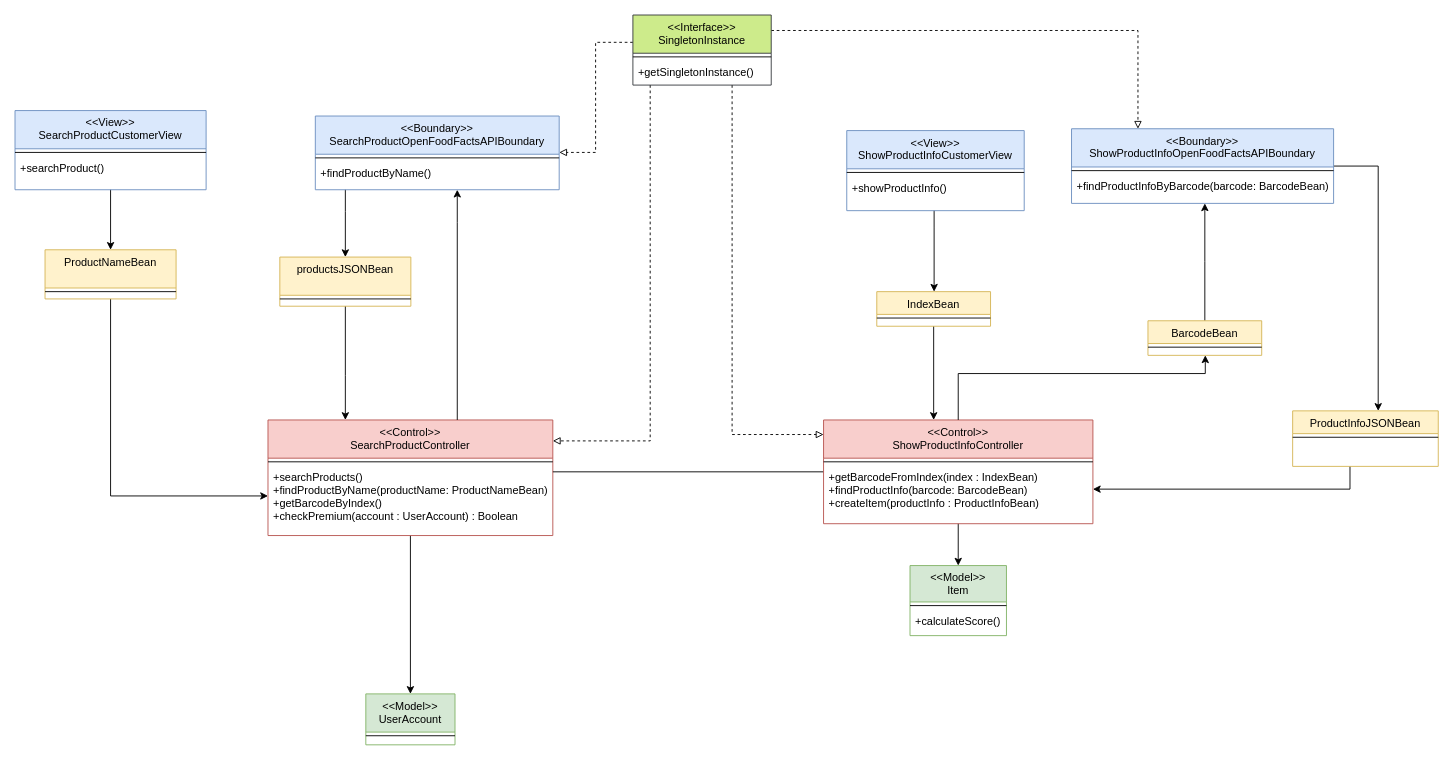
This is docx&pdf/ClassDiagram_BCE/DESIGN_SearchProduct.drawio from FredHats99/HealthyCart, a draw.io file, before an edit. Source tidied: cells renumbered, new cells numbered last; positions are measured from the earlier drawing's top-left corner, leaving out a move shared by most shapes. Both pictures are drawn from the tidied source at 91%, with x=0, y=0 at pixel (15, 15).
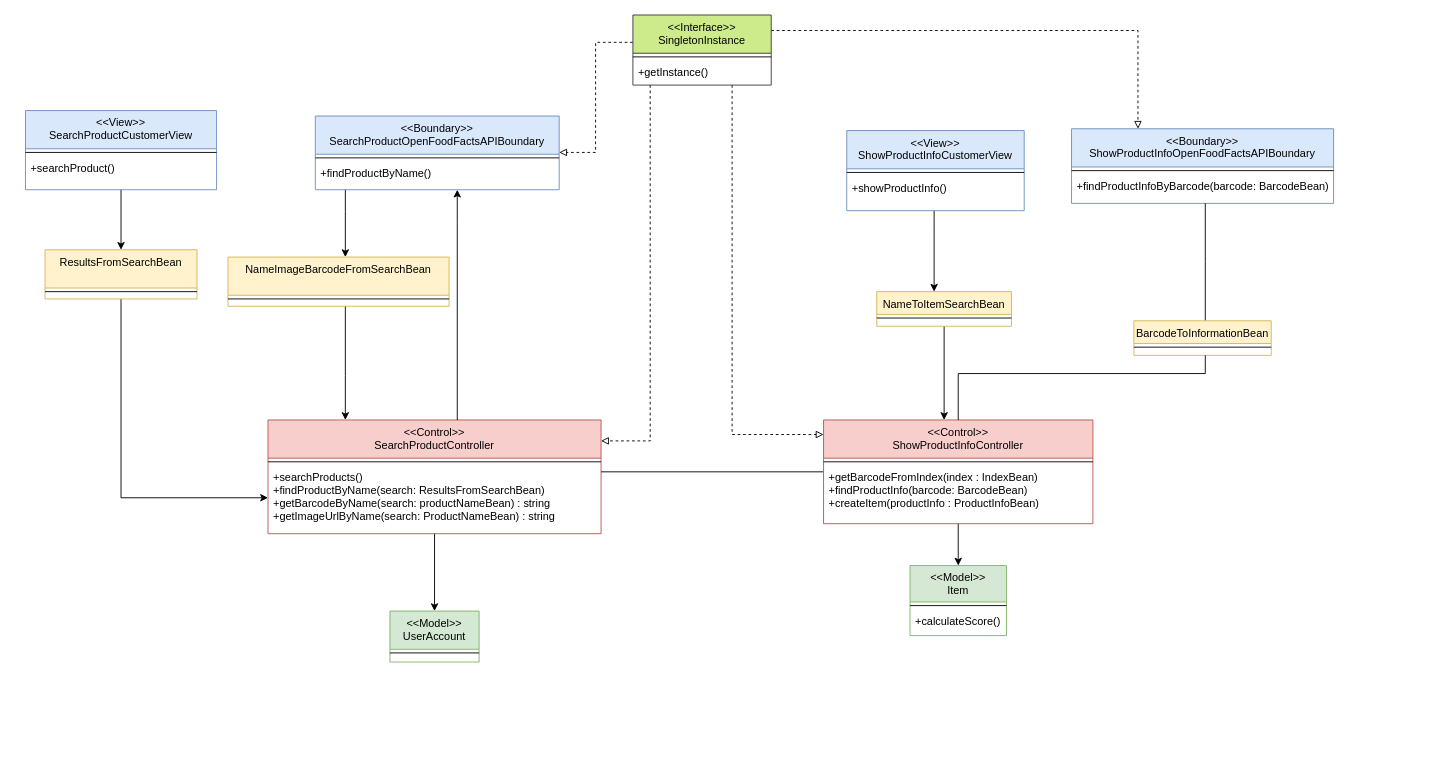
The same page after the edit.

The change refers to these unchanged cells:
```xml
<mxCell id="26" value="&lt;&lt;Control&gt;&gt;&#10;ShowProductInfoController" style="swimlane;fontStyle=0;align=center;verticalAlign=top;horizontal=1;startSize=42;rounded=0;shadow=0;strokeWidth=1;fillColor=#f8cecc;strokeColor=#b85450;" parent="1" vertex="1">
  <mxGeometry x="888.5" y="445" width="296" height="114" as="geometry" />
</mxCell>
<mxCell id="30" value="&lt;&lt;Boundary&gt;&gt;&#10;ShowProductInfoOpenFoodFactsAPIBoundary" style="swimlane;fontStyle=0;align=center;verticalAlign=top;horizontal=1;startSize=42;rounded=0;shadow=0;strokeWidth=1;fillColor=#dae8fc;strokeColor=#6c8ebf;" parent="1" vertex="1">
  <mxGeometry x="1161" y="125" width="288" height="82" as="geometry" />
</mxCell>
<mxCell id="50" value="&lt;&lt;Interface&gt;&gt;&#10;SingletonInstance" style="swimlane;fontStyle=0;align=center;verticalAlign=top;horizontal=1;startSize=42;rounded=0;shadow=0;strokeWidth=1;fillColor=#cdeb8b;strokeColor=#36393d;" parent="1" vertex="1">
  <mxGeometry x="679" width="152" height="77" as="geometry" />
</mxCell>
```

What changed in the source:
```diff
@@
     <mxCell id="2" value="&lt;&lt;Model&gt;&gt;&#10;UserAccount" style="swimlane;fontStyle=0;align=center;verticalAlign=top;horizontal=1;startSize=42;rounded=0;shadow=0;strokeWidth=1;fillColor=#d5e8d4;strokeColor=#82b366;" parent="1" vertex="1">
-      <mxGeometry x="385.5" y="746" width="98" height="56" as="geometry" />
+      <mxGeometry x="412" y="655" width="98" height="56" as="geometry" />
     </mxCell>
@@
     <mxCell id="8" value="&lt;&lt;Control&gt;&gt;&#10;SearchProductController" style="swimlane;fontStyle=0;align=center;verticalAlign=top;horizontal=1;startSize=42;rounded=0;shadow=0;strokeWidth=1;fillColor=#f8cecc;strokeColor=#b85450;" parent="1" vertex="1">
-      <mxGeometry x="278" y="445" width="313" height="127" as="geometry" />
+      <mxGeometry x="278" y="445" width="366" height="125" as="geometry" />
     </mxCell>
     <mxCell id="9" style="line;html=1;strokeWidth=1;align=left;verticalAlign=middle;spacingTop=-1;spacingLeft=3;spacingRight=3;labelPosition=right;" parent="8" vertex="1">
-      <mxGeometry y="42" width="313" height="8" as="geometry" />
+      <mxGeometry y="42" width="366" height="8" as="geometry" />
     </mxCell>
-    <mxCell id="10" value="+searchProducts()&#10;+findProductByName(productName: ProductNameBean)&#10;+getBarcodeByIndex()&#10;+checkPremium(account : UserAccount) : Boolean" style="text;align=left;verticalAlign=top;spacingLeft=4;spacingRight=4;overflow=hidden;points=[[0,0.5],[1,0.5]];portConstraint=eastwest;" parent="8" vertex="1">
-      <mxGeometry y="50" width="313" height="67" as="geometry" />
+    <mxCell id="10" value="+searchProducts()&#10;+findProductByName(search: ResultsFromSearchBean)&#10;+getBarcodeByName(search: productNameBean) : string&#10;+getImageUrlByName(search: ProductNameBean) : string" style="text;align=left;verticalAlign=top;spacingLeft=4;spacingRight=4;overflow=hidden;points=[[0,0.5],[1,0.5]];portConstraint=eastwest;" parent="8" vertex="1">
+      <mxGeometry y="50" width="366" height="71" as="geometry" />
     </mxCell>
@@
     <mxCell id="12" value="&lt;&lt;View&gt;&gt;&#10;SearchProductCustomerView" style="swimlane;fontStyle=0;align=center;verticalAlign=top;horizontal=1;startSize=42;rounded=0;shadow=0;strokeWidth=1;fillColor=#dae8fc;strokeColor=#6c8ebf;" parent="1" vertex="1">
-      <mxGeometry y="105" width="210" height="87" as="geometry" />
+      <mxGeometry x="11.5" y="105" width="210" height="87" as="geometry" />
     </mxCell>
@@
-    <mxCell id="29" style="rounded=0;jettySize=auto;html=1;startArrow=none;startFill=0;endArrow=classic;endFill=1;edgeStyle=orthogonalEdgeStyle;" parent="1" edge="1" source="30" target="44">
-      <mxGeometry relative="1" as="geometry">
-        <Array as="points">
-          <mxPoint x="1498" y="166" />
-        </Array>
-      </mxGeometry>
-    </mxCell>
@@
-    <mxCell id="34" value="ProductNameBean" style="swimlane;fontStyle=0;align=center;verticalAlign=top;horizontal=1;startSize=42;rounded=0;shadow=0;strokeWidth=1;fillColor=#fff2cc;strokeColor=#d6b656;" parent="1" vertex="1">
-      <mxGeometry x="33" y="258" width="144" height="54" as="geometry" />
+    <mxCell id="34" value="ResultsFromSearchBean" style="swimlane;fontStyle=0;align=center;verticalAlign=top;horizontal=1;startSize=42;rounded=0;shadow=0;strokeWidth=1;fillColor=#fff2cc;strokeColor=#d6b656;" parent="1" vertex="1">
+      <mxGeometry x="33" y="258" width="167" height="54" as="geometry" />
     </mxCell>
     <mxCell id="35" style="line;html=1;strokeWidth=1;align=left;verticalAlign=middle;spacingTop=-1;spacingLeft=3;spacingRight=3;labelPosition=right;" parent="34" vertex="1">
-      <mxGeometry y="42" width="144" height="8" as="geometry" />
+      <mxGeometry y="42" width="167" height="8" as="geometry" />
     </mxCell>
@@
-    <mxCell id="37" value="IndexBean" style="swimlane;fontStyle=0;align=center;verticalAlign=top;horizontal=1;startSize=25;rounded=0;shadow=0;strokeWidth=1;fillColor=#fff2cc;strokeColor=#d6b656;" parent="1" vertex="1">
-      <mxGeometry x="947" y="304" width="125" height="38" as="geometry" />
+    <mxCell id="37" value="NameToItemSearchBean" style="swimlane;fontStyle=0;align=center;verticalAlign=top;horizontal=1;startSize=25;rounded=0;shadow=0;strokeWidth=1;fillColor=#fff2cc;strokeColor=#d6b656;" parent="1" vertex="1">
+      <mxGeometry x="947" y="304" width="148" height="38" as="geometry" />
     </mxCell>
     <mxCell id="38" style="line;html=1;strokeWidth=1;align=left;verticalAlign=middle;spacingTop=-1;spacingLeft=3;spacingRight=3;labelPosition=right;" parent="37" vertex="1">
-      <mxGeometry y="25" width="125" height="8" as="geometry" />
+      <mxGeometry y="25" width="148" height="8" as="geometry" />
     </mxCell>
-    <mxCell id="39" style="edgeStyle=orthogonalEdgeStyle;rounded=0;jettySize=auto;html=1;startArrow=none;startFill=0;endArrow=classic;endFill=1;" parent="1" edge="1" source="40" target="30">
+    <mxCell id="39" style="edgeStyle=orthogonalEdgeStyle;rounded=0;jettySize=auto;html=1;startArrow=none;startFill=0;endArrow=none;endFill=0;" parent="1" edge="1" source="40" target="30">
       <mxGeometry relative="1" as="geometry">
         <Array as="points">
           <mxPoint x="1308" y="271" />
           <mxPoint x="1308" y="271" />
         </Array>
       </mxGeometry>
     </mxCell>
-    <mxCell id="40" value="BarcodeBean" style="swimlane;fontStyle=0;align=center;verticalAlign=top;horizontal=1;startSize=25;rounded=0;shadow=0;strokeWidth=1;fillColor=#fff2cc;strokeColor=#d6b656;" parent="1" vertex="1">
-      <mxGeometry x="1245" y="336" width="125" height="38" as="geometry" />
+    <mxCell id="40" value="BarcodeToInformationBean" style="swimlane;fontStyle=0;align=center;verticalAlign=top;horizontal=1;startSize=25;rounded=0;shadow=0;strokeWidth=1;fillColor=#fff2cc;strokeColor=#d6b656;" parent="1" vertex="1">
+      <mxGeometry x="1229.5" y="336" width="151" height="38" as="geometry" />
     </mxCell>
     <mxCell id="41" style="line;html=1;strokeWidth=1;align=left;verticalAlign=middle;spacingTop=-1;spacingLeft=3;spacingRight=3;labelPosition=right;" parent="40" vertex="1">
-      <mxGeometry y="25" width="125" height="8" as="geometry" />
+      <mxGeometry y="25" width="151" height="8" as="geometry" />
     </mxCell>
-    <mxCell id="42" style="edgeStyle=orthogonalEdgeStyle;rounded=0;jettySize=auto;html=1;startArrow=none;startFill=0;endArrow=classic;endFill=1;" parent="1" edge="1" source="26" target="40">
+    <mxCell id="42" style="edgeStyle=orthogonalEdgeStyle;rounded=0;jettySize=auto;html=1;startArrow=none;startFill=0;endArrow=none;endFill=0;" parent="1" edge="1" source="26" target="40">
       <mxGeometry relative="1" as="geometry">
         <Array as="points">
           <mxPoint x="1037" y="394" />
           <mxPoint x="1308" y="394" />
         </Array>
       </mxGeometry>
     </mxCell>
-    <mxCell id="43" style="edgeStyle=orthogonalEdgeStyle;rounded=0;jettySize=auto;html=1;startArrow=none;startFill=0;endArrow=classic;endFill=1;" parent="1" edge="1" source="44" target="26">
-      <mxGeometry relative="1" as="geometry">
-        <Array as="points">
-          <mxPoint x="1467" y="521" />
-        </Array>
-      </mxGeometry>
-    </mxCell>
-    <mxCell id="44" value="ProductInfoJSONBean" style="swimlane;fontStyle=0;align=center;verticalAlign=top;horizontal=1;startSize=25;rounded=0;shadow=0;strokeWidth=1;fillColor=#fff2cc;strokeColor=#d6b656;" parent="1" vertex="1">
-      <mxGeometry x="1404" y="435" width="160" height="61" as="geometry" />
-    </mxCell>
-    <mxCell id="45" style="line;html=1;strokeWidth=1;align=left;verticalAlign=middle;spacingTop=-1;spacingLeft=3;spacingRight=3;labelPosition=right;" parent="44" vertex="1">
-      <mxGeometry y="25" width="160" height="8" as="geometry" />
-    </mxCell>
@@
-    <mxCell id="52" value="+getSingletonInstance()" style="text;align=left;verticalAlign=top;spacingLeft=4;spacingRight=4;overflow=hidden;" parent="50" vertex="1">
+    <mxCell id="52" value="+getInstance()" style="text;align=left;verticalAlign=top;spacingLeft=4;spacingRight=4;overflow=hidden;" parent="50" vertex="1">
       <mxGeometry y="50" width="152" height="24" as="geometry" />
     </mxCell>
@@
-    <mxCell id="54" value="productsJSONBean" style="swimlane;fontStyle=0;align=center;verticalAlign=top;horizontal=1;startSize=42;rounded=0;shadow=0;strokeWidth=1;fillColor=#fff2cc;strokeColor=#d6b656;" parent="1" vertex="1">
-      <mxGeometry x="291" y="266" width="144" height="54" as="geometry" />
+    <mxCell id="54" value="NameImageBarcodeFromSearchBean" style="swimlane;fontStyle=0;align=center;verticalAlign=top;horizontal=1;startSize=42;rounded=0;shadow=0;strokeWidth=1;fillColor=#fff2cc;strokeColor=#d6b656;" parent="1" vertex="1">
+      <mxGeometry x="234" y="266" width="243" height="54" as="geometry" />
     </mxCell>
     <mxCell id="55" style="line;html=1;strokeWidth=1;align=left;verticalAlign=middle;spacingTop=-1;spacingLeft=3;spacingRight=3;labelPosition=right;" parent="54" vertex="1">
-      <mxGeometry y="42" width="144" height="8" as="geometry" />
+      <mxGeometry y="42" width="243" height="8" as="geometry" />
     </mxCell>
```
